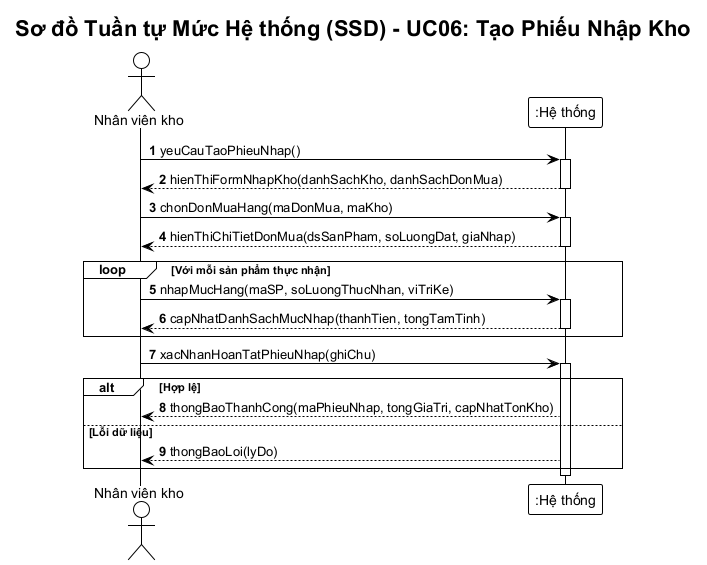
This is BTL-QuanLyKhoHang/diagrams/ssd-nhap-kho.png from vuhoabinh2416137/G8_Quanlysanphamvakhohang, a PlantUML export, as it was before one commit.
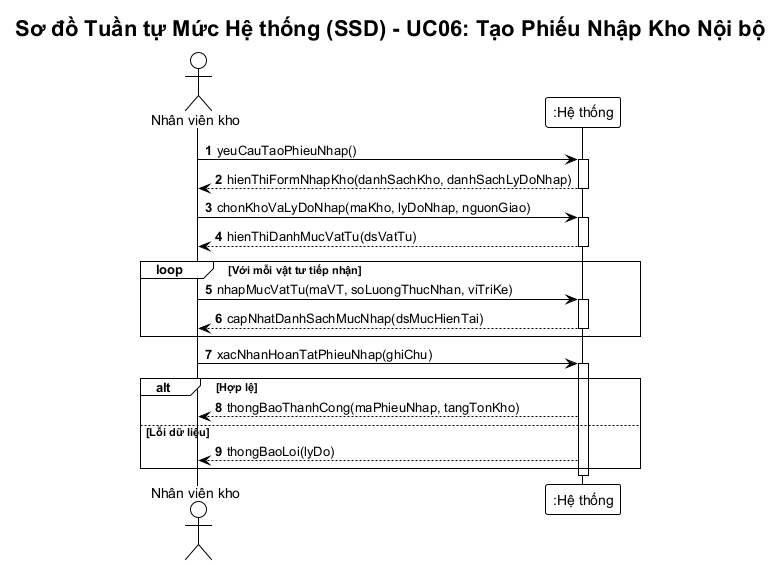
Later version of the same file.

The edit, as a diff of the source:
```diff
@@ -4,32 +4,32 @@
 skinparam responseMessageBelowArrow true
 skinparam defaultFontName "Arial"
 
-title Sơ đồ Tuần tự Mức Hệ thống (SSD) - UC06: Tạo Phiếu Nhập Kho
+title Sơ đồ Tuần tự Mức Hệ thống (SSD) - UC06: Tạo Phiếu Nhập Kho Nội bộ
 
 actor "Nhân viên kho" as NV
 participant ":Hệ thống" as Sys
 
 NV -> Sys: yeuCauTaoPhieuNhap()
 activate Sys
-Sys --> NV: hienThiFormNhapKho(danhSachKho, danhSachDonMua)
+Sys --> NV: hienThiFormNhapKho(danhSachKho, danhSachLyDoNhap)
 deactivate Sys
 
-NV -> Sys: chonDonMuaHang(maDonMua, maKho)
+NV -> Sys: chonKhoVaLyDoNhap(maKho, lyDoNhap, nguonGiao)
 activate Sys
-Sys --> NV: hienThiChiTietDonMua(dsSanPham, soLuongDat, giaNhap)
+Sys --> NV: hienThiDanhMucVatTu(dsVatTu)
 deactivate Sys
 
-loop Với mỗi sản phẩm thực nhận
-    NV -> Sys: nhapMucHang(maSP, soLuongThucNhan, viTriKe)
+loop Với mỗi vật tư tiếp nhận
+    NV -> Sys: nhapMucVatTu(maVT, soLuongThucNhan, viTriKe)
     activate Sys
-    Sys --> NV: capNhatDanhSachMucNhap(thanhTien, tongTamTinh)
+    Sys --> NV: capNhatDanhSachMucNhap(dsMucHienTai)
     deactivate Sys
 end
 
 NV -> Sys: xacNhanHoanTatPhieuNhap(ghiChu)
 activate Sys
 alt Hợp lệ
-    Sys --> NV: thongBaoThanhCong(maPhieuNhap, tongGiaTri, capNhatTonKho)
+    Sys --> NV: thongBaoThanhCong(maPhieuNhap, tangTonKho)
 else Lỗi dữ liệu
     Sys --> NV: thongBaoLoi(lyDo)
 end
```
